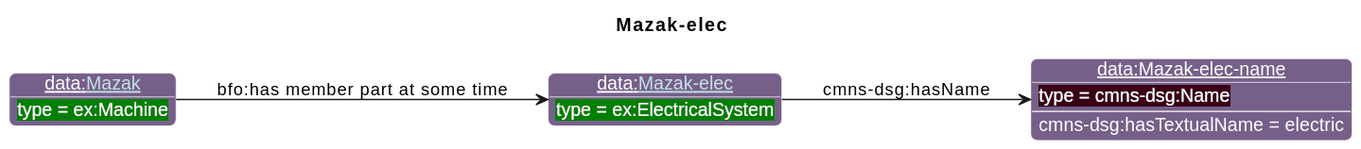
The PlantUML diagram diagrams/Mazak-elec.svg in iofoundry/example-syseng-mtconnect, before a commit.
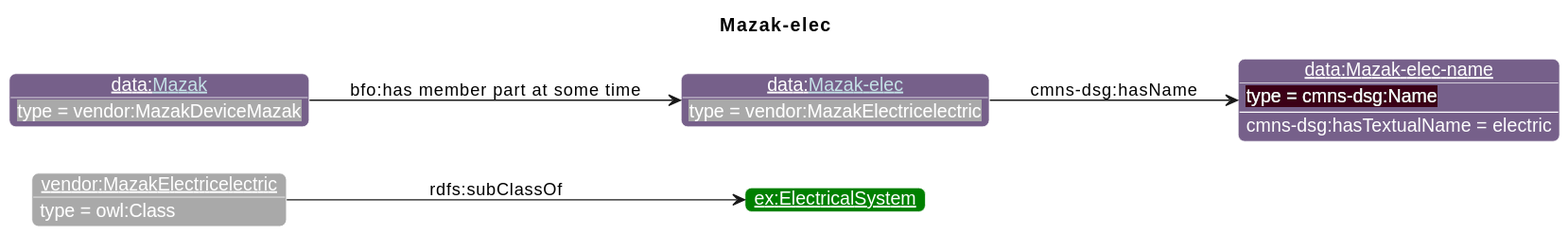
The same diagram one commit later.

Diff of the diagram source:
```diff
@@ -19,10 +19,13 @@
                       "ns1":"76608A",
 "ex":"Green","data":"76608A","core":"000000","units":"8A2D3B","qp":"641B2E","cmns-dsg":"3A0519"
 }
-individual(o1, data:[[./Mazak-elec.html Mazak-elec]], ex:ElectricalSystem)
-individual(o2, data:Mazak-elec-name, cmns-dsg:Name)
-individual(o3, data:[[./Mazak.html Mazak]], ex:Machine)
-property(o1, cmns-dsg:hasName, o2)
-data(o2, cmns-dsg:hasTextualName, electric)
-property(o3, "bfo:has member part at some time", o1)
+individual(o1, vendor:MazakElectricelectric, owl:Class)
+individual(o2, ex:ElectricalSystem)
+individual(o3, data:[[./Mazak-elec.html Mazak-elec]], vendor:MazakElectricelectric)
+individual(o4, data:Mazak-elec-name, cmns-dsg:Name)
+individual(o5, data:[[./Mazak.html Mazak]], vendor:MazakDeviceMazak)
+property(o1, rdfs:subClassOf, o2)
+property(o3, cmns-dsg:hasName, o4)
+data(o4, cmns-dsg:hasTextualName, electric)
+property(o5, "bfo:has member part at some time", o3)
 @enduml
```
